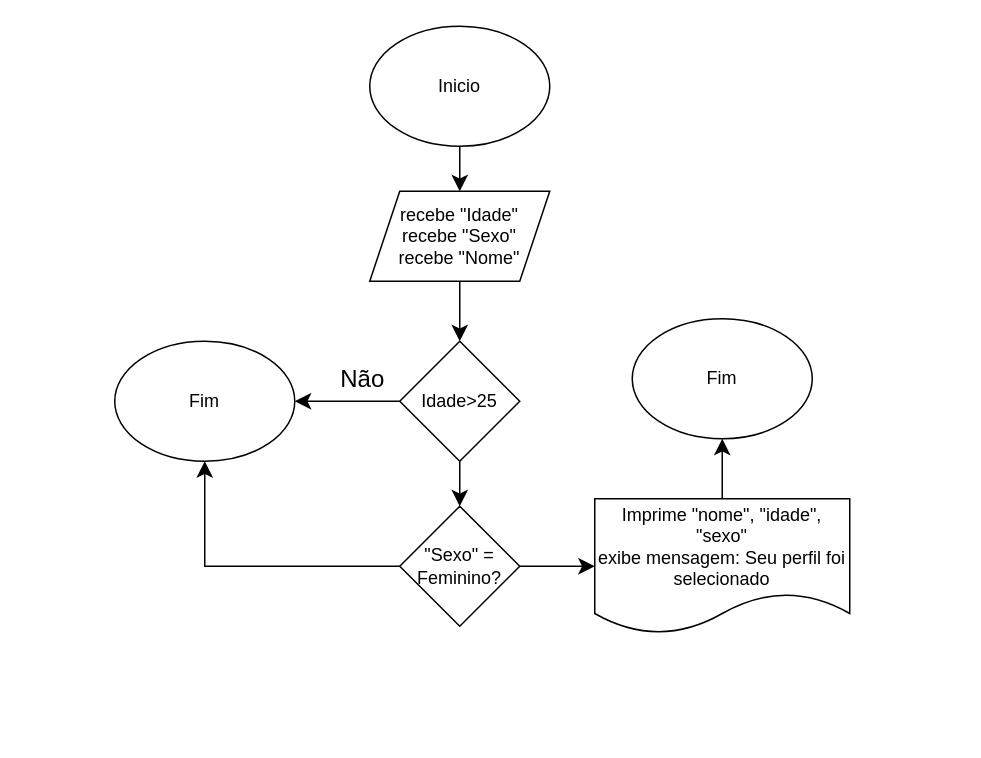
Mateus-FerrariF/L-gicaPrograma-aoMateus.ferrari keeps this draw.io diagram as Aulas/atividade 1903/IdadeSexoNome.drawio. Above is the earlier version. Source tidied: cells renumbered, new cells numbered last; positions are measured from the earlier drawing's top-left corner, leaving out a move shared by most shapes. Both pictures are drawn from the tidied source at 150%, with x=0, y=0 at pixel (114, 26).
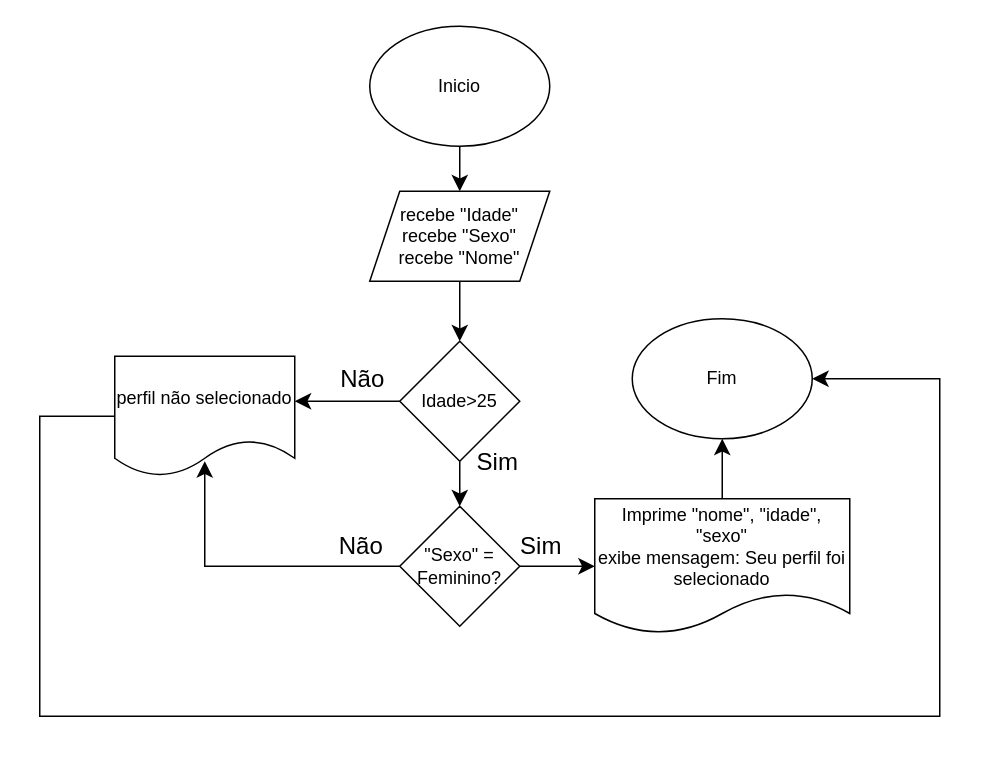
The same diagram, later.

Unchanged cells that the change refers to:
```xml
<mxCell id="8" value="Idade&amp;gt;25" style="rhombus;whiteSpace=wrap;html=1;" parent="1" vertex="1">
  <mxGeometry x="190" y="210" width="80" height="80" as="geometry" />
</mxCell>
<mxCell id="13" value="&quot;Sexo&quot; = Feminino?" style="rhombus;whiteSpace=wrap;html=1;" parent="1" vertex="1">
  <mxGeometry x="190" y="320" width="80" height="80" as="geometry" />
</mxCell>
<mxCell id="16" value="Fim" style="ellipse;whiteSpace=wrap;html=1;" parent="1" vertex="1">
  <mxGeometry x="345" y="195" width="120" height="80" as="geometry" />
</mxCell>
```

Diff of the diagram source:
```diff
@@
-    <mxCell id="6" style="edgeStyle=none;curved=1;rounded=0;jettySize=auto;html=1;fontSize=12;startSize=8;endSize=8;" parent="1" edge="1" source="8" target="9">
-      <mxGeometry relative="1" as="geometry" />
+    <mxCell id="6" style="edgeStyle=none;curved=1;rounded=0;jettySize=auto;html=1;fontSize=12;startSize=8;endSize=8;" parent="1" edge="1" source="8">
+      <mxGeometry relative="1" as="geometry">
+        <mxPoint x="120" y="250" as="targetPoint" />
+      </mxGeometry>
     </mxCell>
@@
-    <mxCell id="9" value="Fim" style="ellipse;whiteSpace=wrap;html=1;" parent="1" vertex="1">
-      <mxGeometry y="210" width="120" height="80" as="geometry" />
-    </mxCell>
@@
-    <mxCell id="11" style="edgeStyle=none;curved=0;rounded=0;jettySize=auto;html=1;fontSize=12;startSize=8;endSize=8;entryX=0.5;entryY=1;entryDx=0;entryDy=0;" parent="1" edge="1" source="13" target="9">
+    <mxCell id="11" style="edgeStyle=none;curved=0;rounded=0;jettySize=auto;html=1;fontSize=12;startSize=8;endSize=8;entryX=0.5;entryY=1;entryDx=0;entryDy=0;" parent="1" edge="1" source="13">
       <mxGeometry relative="1" as="geometry">
+        <mxPoint x="60" y="290" as="targetPoint" />
         <Array as="points">
           <mxPoint x="60" y="360" />
         </Array>
       </mxGeometry>
     </mxCell>
@@
+    <mxCell id="17" style="edgeStyle=none;curved=0;rounded=0;jettySize=auto;html=1;exitX=0;exitY=0.5;exitDx=0;exitDy=0;fontSize=12;startSize=8;endSize=8;entryX=1;entryY=0.5;entryDx=0;entryDy=0;" parent="1" edge="1" source="18" target="16">
+      <mxGeometry relative="1" as="geometry">
+        <Array as="points">
+          <mxPoint x="-50" y="260" />
+          <mxPoint x="-50" y="460" />
+          <mxPoint x="550" y="460" />
+          <mxPoint x="550" y="235" />
+        </Array>
+      </mxGeometry>
+    </mxCell>
+    <mxCell id="18" value="perfil não selecionado" style="shape=document;whiteSpace=wrap;html=1;boundedLbl=1;" parent="1" vertex="1">
+      <mxGeometry y="220" width="120" height="80" as="geometry" />
+    </mxCell>
+    <mxCell id="19" value="Não" style="text;html=1;align=center;verticalAlign=middle;strokeColor=none;fillColor=none;fontSize=16;" parent="1" vertex="1">
+      <mxGeometry x="139" y="331" width="50" height="30" as="geometry" />
+    </mxCell>
+    <mxCell id="20" value="Sim" style="text;html=1;align=center;verticalAlign=middle;strokeColor=none;fillColor=none;fontSize=16;" parent="1" vertex="1">
+      <mxGeometry x="259" y="331" width="50" height="30" as="geometry" />
+    </mxCell>
+    <mxCell id="21" value="Sim" style="text;html=1;align=center;verticalAlign=middle;strokeColor=none;fillColor=none;fontSize=16;" parent="1" vertex="1">
+      <mxGeometry x="230" y="275" width="50" height="30" as="geometry" />
+    </mxCell>
```
